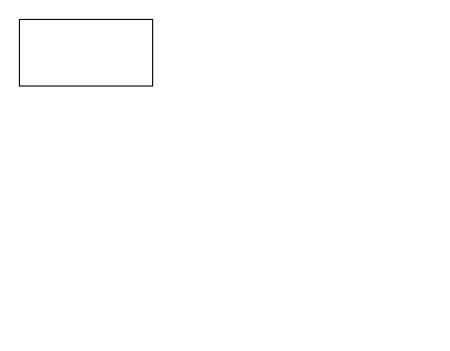
kristiandFrance/Characters-Enter-One-Leaves keeps this draw.io diagram as Multi-User-Collab.drawio. Above is the earlier version. Source tidied: cells renumbered, new cells numbered last; positions are measured from the earlier drawing's top-left corner, leaving out a move shared by most shapes. Both pictures are drawn from the tidied source at 111%, with x=0, y=0 at pixel (19, 19).
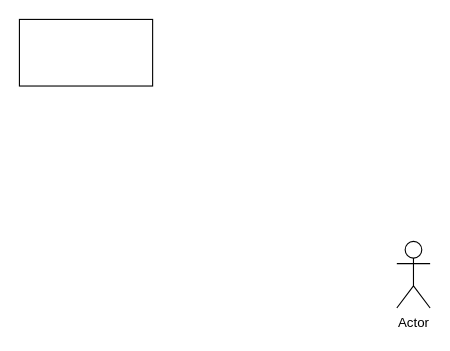
After the change.

Diff of the diagram source:
```diff
@@
 <mxGraphModel>
   <root>
     <mxCell id="0" />
     <mxCell id="1" parent="0" />
     <mxCell id="2" style="rounded=0;whiteSpace=wrap;html=1;" parent="1" vertex="1">
       <mxGeometry width="120" height="60" as="geometry" />
     </mxCell>
+    <mxCell id="3" value="Actor" style="shape=umlActor;verticalLabelPosition=bottom;verticalAlign=top;html=1;" parent="1" vertex="1">
+      <mxGeometry x="340" y="200" width="30" height="60" as="geometry" />
+    </mxCell>
   </root>
 </mxGraphModel>
```
